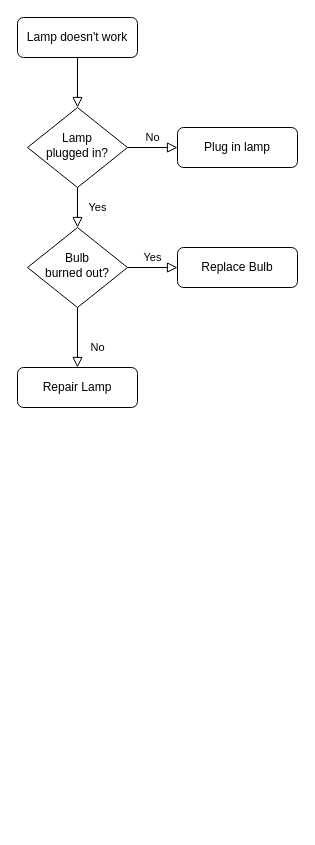
alexsafronov/centrifuge keeps this draw.io diagram as Untitled Diagram.drawio. Above is the earlier version. Source tidied: cells renumbered, new cells numbered last; positions are measured from the earlier drawing's top-left corner, leaving out a move shared by most shapes. Both pictures are drawn from the tidied source at 100%, with x=0, y=0 at pixel (17, 17).
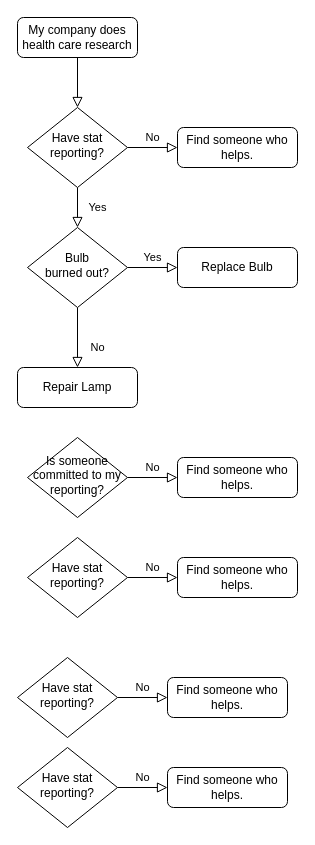
Above is the later version.

Change to the diagram source:
```diff
@@
-    <mxCell id="3" value="Lamp doesn't work" style="rounded=1;whiteSpace=wrap;html=1;fontSize=12;glass=0;strokeWidth=1;shadow=0;" parent="1" vertex="1">
+    <mxCell id="3" value="My company does health care research" style="rounded=1;whiteSpace=wrap;html=1;fontSize=12;glass=0;strokeWidth=1;shadow=0;" parent="1" vertex="1">
       <mxGeometry width="120" height="40" as="geometry" />
     </mxCell>
@@
-    <mxCell id="6" value="Lamp&lt;br&gt;plugged in?" style="rhombus;whiteSpace=wrap;html=1;shadow=0;fontFamily=Helvetica;fontSize=12;align=center;strokeWidth=1;spacing=6;spacingTop=-4;" parent="1" vertex="1">
+    <mxCell id="6" value="Have stat reporting?" style="rhombus;whiteSpace=wrap;html=1;shadow=0;fontFamily=Helvetica;fontSize=12;align=center;strokeWidth=1;spacing=6;spacingTop=-4;" parent="1" vertex="1">
       <mxGeometry x="10" y="90" width="100" height="80" as="geometry" />
     </mxCell>
-    <mxCell id="7" value="Plug in lamp" style="rounded=1;whiteSpace=wrap;html=1;fontSize=12;glass=0;strokeWidth=1;shadow=0;" parent="1" vertex="1">
+    <mxCell id="7" value="Find someone who helps." style="rounded=1;whiteSpace=wrap;html=1;fontSize=12;glass=0;strokeWidth=1;shadow=0;" parent="1" vertex="1">
       <mxGeometry x="160" y="110" width="120" height="40" as="geometry" />
     </mxCell>
@@
+    <mxCell id="13" value="No" style="edgeStyle=orthogonalEdgeStyle;rounded=0;html=1;jettySize=auto;fontSize=11;endArrow=block;endFill=0;endSize=8;strokeWidth=1;shadow=0;labelBackgroundColor=none;" parent="1" edge="1" source="14" target="15">
+      <mxGeometry y="10" relative="1" as="geometry" />
+    </mxCell>
+    <mxCell id="14" value="Is someone committed to my reporting?" style="rhombus;whiteSpace=wrap;html=1;shadow=0;fontFamily=Helvetica;fontSize=12;align=center;strokeWidth=1;spacing=6;spacingTop=-4;" parent="1" vertex="1">
+      <mxGeometry x="10" y="420" width="100" height="80" as="geometry" />
+    </mxCell>
+    <mxCell id="15" value="Find someone who helps." style="rounded=1;whiteSpace=wrap;html=1;fontSize=12;glass=0;strokeWidth=1;shadow=0;" parent="1" vertex="1">
+      <mxGeometry x="160" y="440" width="120" height="40" as="geometry" />
+    </mxCell>
+    <mxCell id="16" value="No" style="edgeStyle=orthogonalEdgeStyle;rounded=0;html=1;jettySize=auto;fontSize=11;endArrow=block;endFill=0;endSize=8;strokeWidth=1;shadow=0;labelBackgroundColor=none;" parent="1" edge="1" source="17" target="18">
+      <mxGeometry y="10" relative="1" as="geometry" />
+    </mxCell>
+    <mxCell id="17" value="Have stat reporting?" style="rhombus;whiteSpace=wrap;html=1;shadow=0;fontFamily=Helvetica;fontSize=12;align=center;strokeWidth=1;spacing=6;spacingTop=-4;" parent="1" vertex="1">
+      <mxGeometry x="10" y="520" width="100" height="80" as="geometry" />
+    </mxCell>
+    <mxCell id="18" value="Find someone who helps." style="rounded=1;whiteSpace=wrap;html=1;fontSize=12;glass=0;strokeWidth=1;shadow=0;" parent="1" vertex="1">
+      <mxGeometry x="160" y="540" width="120" height="40" as="geometry" />
+    </mxCell>
+    <mxCell id="19" value="No" style="edgeStyle=orthogonalEdgeStyle;rounded=0;html=1;jettySize=auto;fontSize=11;endArrow=block;endFill=0;endSize=8;strokeWidth=1;shadow=0;labelBackgroundColor=none;" parent="1" edge="1" source="20" target="21">
+      <mxGeometry y="10" relative="1" as="geometry" />
+    </mxCell>
+    <mxCell id="20" value="Have stat reporting?" style="rhombus;whiteSpace=wrap;html=1;shadow=0;fontFamily=Helvetica;fontSize=12;align=center;strokeWidth=1;spacing=6;spacingTop=-4;" parent="1" vertex="1">
+      <mxGeometry y="640" width="100" height="80" as="geometry" />
+    </mxCell>
+    <mxCell id="21" value="Find someone who helps." style="rounded=1;whiteSpace=wrap;html=1;fontSize=12;glass=0;strokeWidth=1;shadow=0;" parent="1" vertex="1">
+      <mxGeometry x="150" y="660" width="120" height="40" as="geometry" />
+    </mxCell>
+    <mxCell id="22" value="No" style="edgeStyle=orthogonalEdgeStyle;rounded=0;html=1;jettySize=auto;fontSize=11;endArrow=block;endFill=0;endSize=8;strokeWidth=1;shadow=0;labelBackgroundColor=none;" parent="1" edge="1" source="23" target="24">
+      <mxGeometry y="10" relative="1" as="geometry" />
+    </mxCell>
+    <mxCell id="23" value="Have stat reporting?" style="rhombus;whiteSpace=wrap;html=1;shadow=0;fontFamily=Helvetica;fontSize=12;align=center;strokeWidth=1;spacing=6;spacingTop=-4;" parent="1" vertex="1">
+      <mxGeometry y="730" width="100" height="80" as="geometry" />
+    </mxCell>
+    <mxCell id="24" value="Find someone who helps." style="rounded=1;whiteSpace=wrap;html=1;fontSize=12;glass=0;strokeWidth=1;shadow=0;" parent="1" vertex="1">
+      <mxGeometry x="150" y="750" width="120" height="40" as="geometry" />
+    </mxCell>
```
